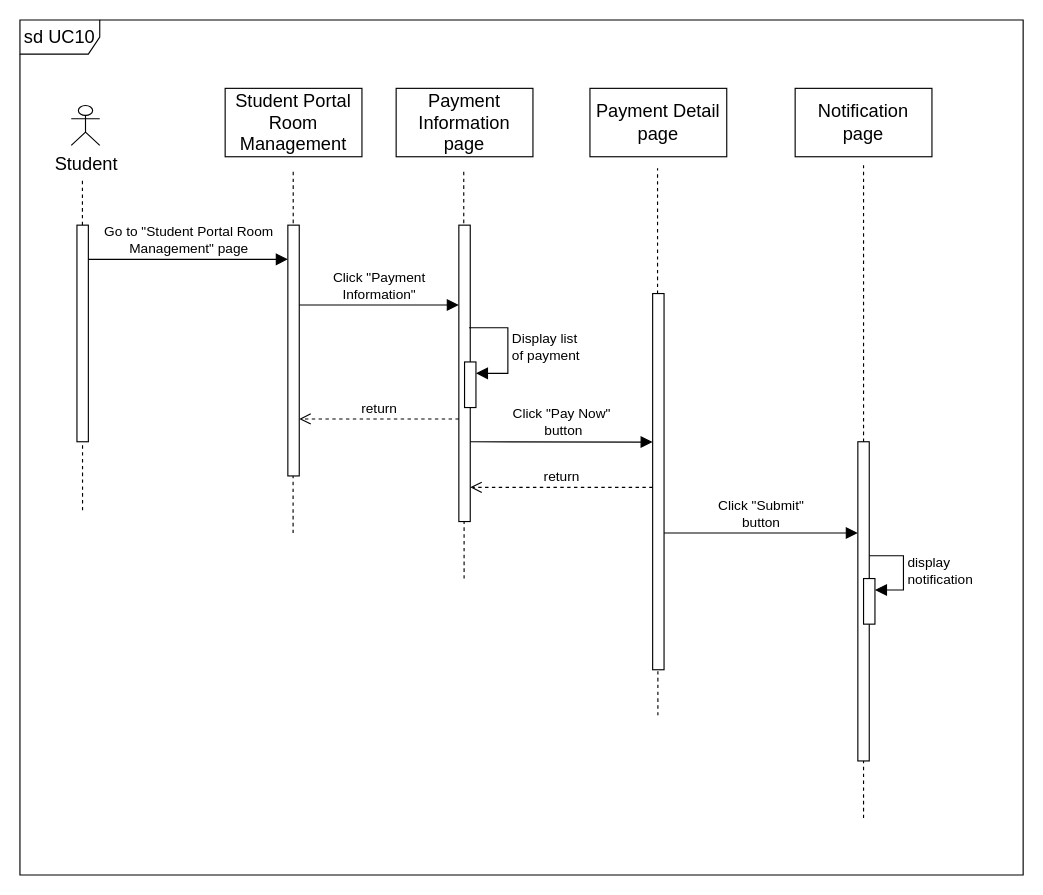
The draw.io diagram project/drawio/Alpha/makepaymentSEQ.drawio in drshahizan/software-engineering, before the edit. Source tidied: cells renumbered, new cells numbered last; positions are measured from the earlier drawing's top-left corner, leaving out a move shared by most shapes. Both pictures are drawn from the tidied source at 114%, with x=0, y=0 at pixel (19, 19).
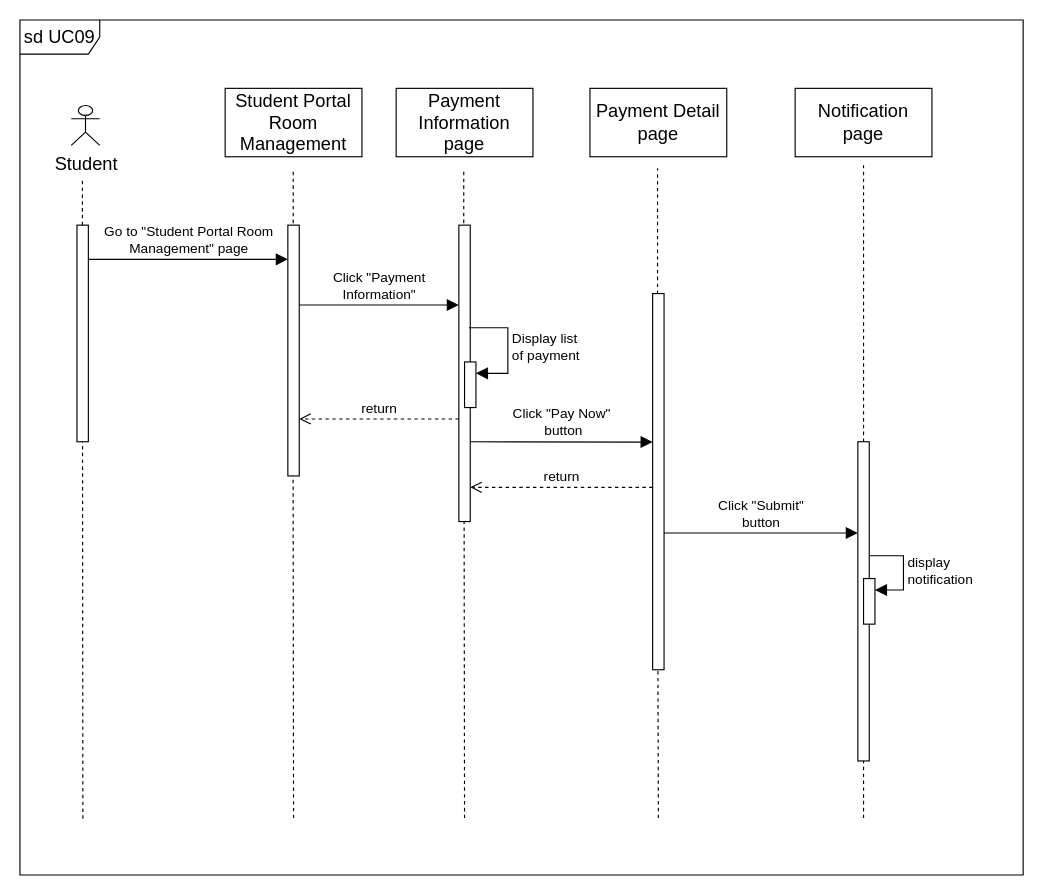
Above is the later version.

The edit, as a diff of the source:
```diff
@@
-    <mxCell id="3" style="endArrow=none;dashed=1;html=1;rounded=0;fontSize=12;startSize=8;endSize=8;curved=1;" parent="1" edge="1">
+    <mxCell id="3" style="endArrow=none;dashed=1;html=1;rounded=0;fontSize=12;startSize=8;endSize=8;curved=1;exitX=0.5;exitY=0;exitDx=0;exitDy=0;" parent="1" edge="1">
       <mxGeometry relative="1" as="geometry">
-        <mxPoint x="559.6" y="610" as="sourcePoint" />
+        <mxPoint x="560" y="700" as="sourcePoint" />
         <mxPoint x="559.6" y="550" as="targetPoint" />
       </mxGeometry>
     </mxCell>
-    <mxCell id="4" style="endArrow=none;dashed=1;html=1;rounded=0;fontSize=12;startSize=8;endSize=8;curved=1;" parent="1" edge="1">
+    <mxCell id="4" style="endArrow=none;dashed=1;html=1;rounded=0;fontSize=12;startSize=8;endSize=8;curved=1;exitX=0.5;exitY=0;exitDx=0;exitDy=0;" parent="1" edge="1">
       <mxGeometry relative="1" as="geometry">
-        <mxPoint x="239.6" y="450" as="sourcePoint" />
+        <mxPoint x="240" y="700" as="sourcePoint" />
         <mxPoint x="239.6" y="390" as="targetPoint" />
       </mxGeometry>
     </mxCell>
@@
-    <mxCell id="8" style="endArrow=none;dashed=1;html=1;rounded=0;fontSize=12;startSize=8;endSize=8;curved=1;" parent="1" edge="1">
+    <mxCell id="8" style="endArrow=none;dashed=1;html=1;rounded=0;fontSize=12;startSize=8;endSize=8;exitX=0.377;exitY=0.012;exitDx=0;exitDy=0;exitPerimeter=0;" parent="1" edge="1">
       <mxGeometry relative="1" as="geometry">
-        <mxPoint x="54.9" y="430" as="sourcePoint" />
+        <mxPoint x="55.2" y="700.7" as="sourcePoint" />
         <mxPoint x="54.9" y="370" as="targetPoint" />
       </mxGeometry>
     </mxCell>
@@
     <mxCell id="14" style="endArrow=none;dashed=1;html=1;rounded=0;fontSize=12;startSize=8;endSize=8;curved=1;" parent="1" edge="1">
       <mxGeometry relative="1" as="geometry">
-        <mxPoint x="389.6" y="490" as="sourcePoint" />
+        <mxPoint x="390" y="700" as="sourcePoint" />
         <mxPoint x="389.6" y="430" as="targetPoint" />
       </mxGeometry>
     </mxCell>
@@
-    <mxCell id="24" value="sd UC10" style="shape=umlFrame;whiteSpace=wrap;html=1;fontSize=16;width=70;height=30;" parent="1" vertex="1">
+    <mxCell id="24" value="sd UC09" style="shape=umlFrame;whiteSpace=wrap;html=1;fontSize=16;width=70;height=30;" parent="1" vertex="1">
       <mxGeometry width="880" height="750" as="geometry" />
     </mxCell>
```
